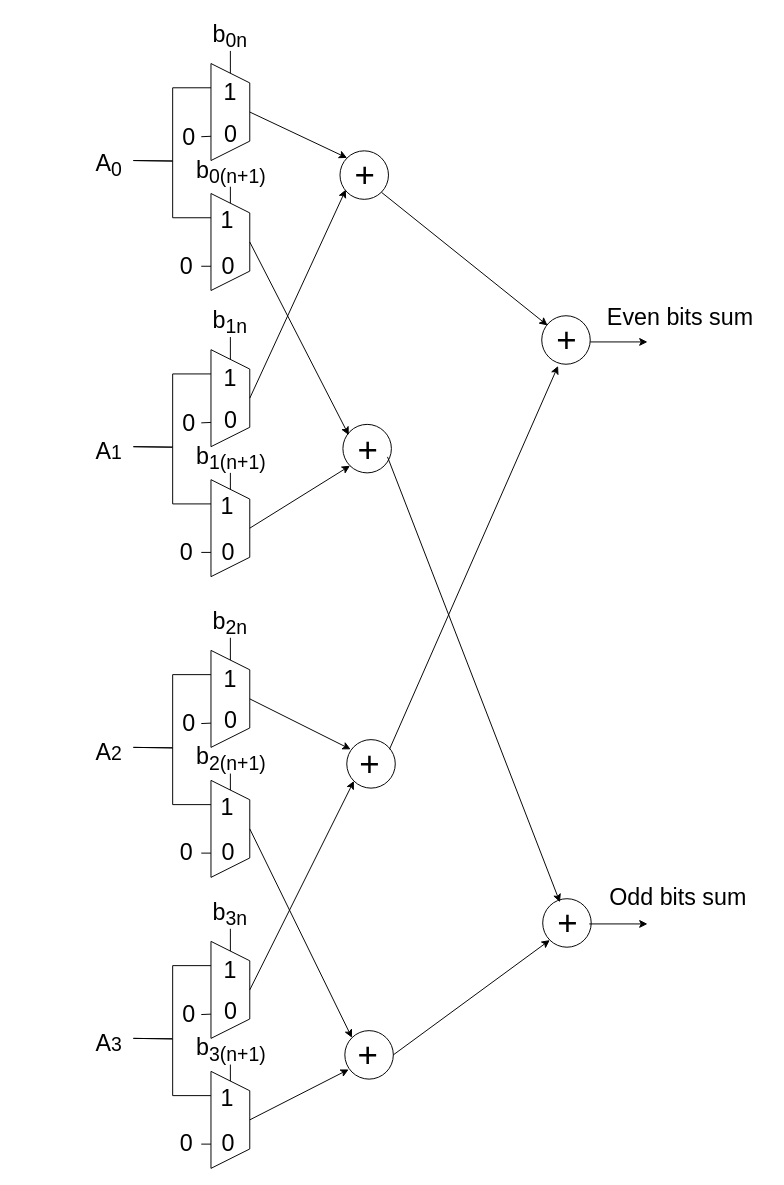
The draw.io diagram project/images/Diagrams.drawio in 1102131860/ECE6276, before the edit. Source tidied: cells renumbered, new cells numbered last; positions are measured from the earlier drawing's top-left corner, leaving out a move shared by most shapes. Both pictures are drawn from the tidied source at 97%, with x=0, y=0 at pixel (84, 16).
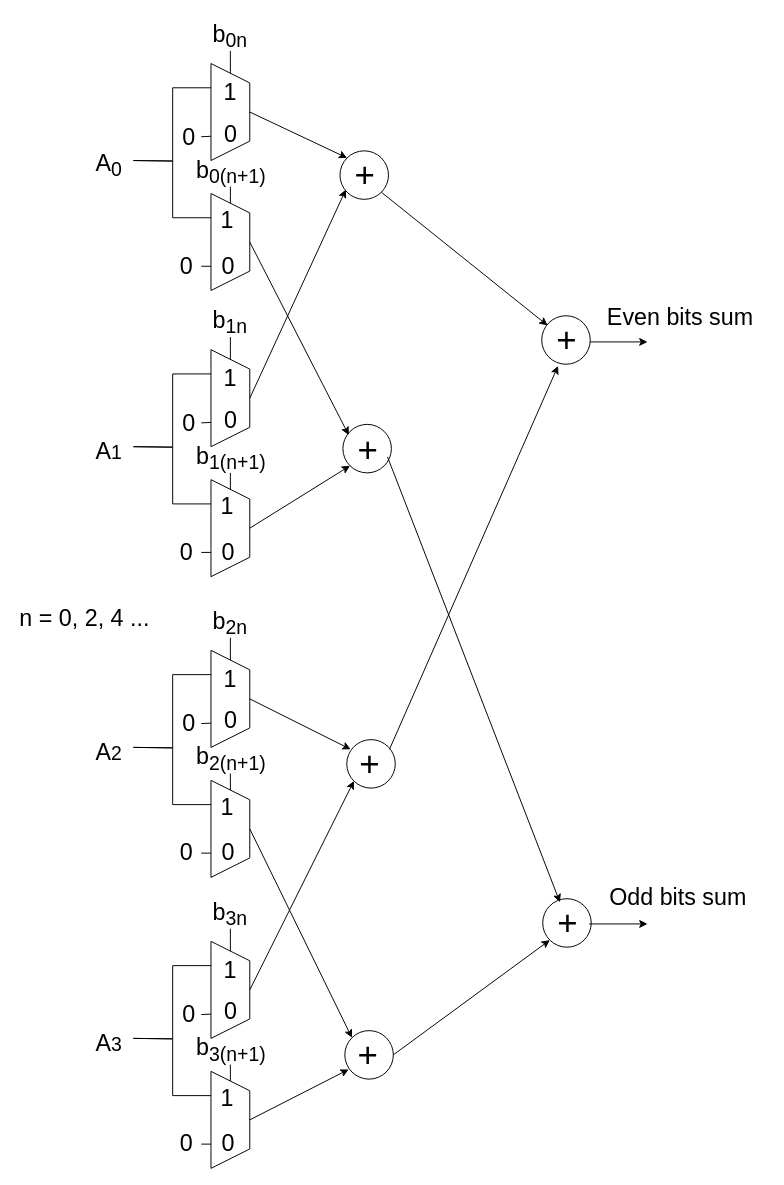
After the change.

The edit, as a diff of the source:
```diff
@@
+    <mxCell id="112" value="&lt;font style=&quot;font-size: 24px;&quot;&gt;n = 0, 2, 4 ...&lt;/font&gt;" style="text;html=1;align=center;verticalAlign=middle;whiteSpace=wrap;rounded=0;" parent="1" vertex="1">
+      <mxGeometry x="-70" y="605" width="140" height="30" as="geometry" />
+    </mxCell>
```
